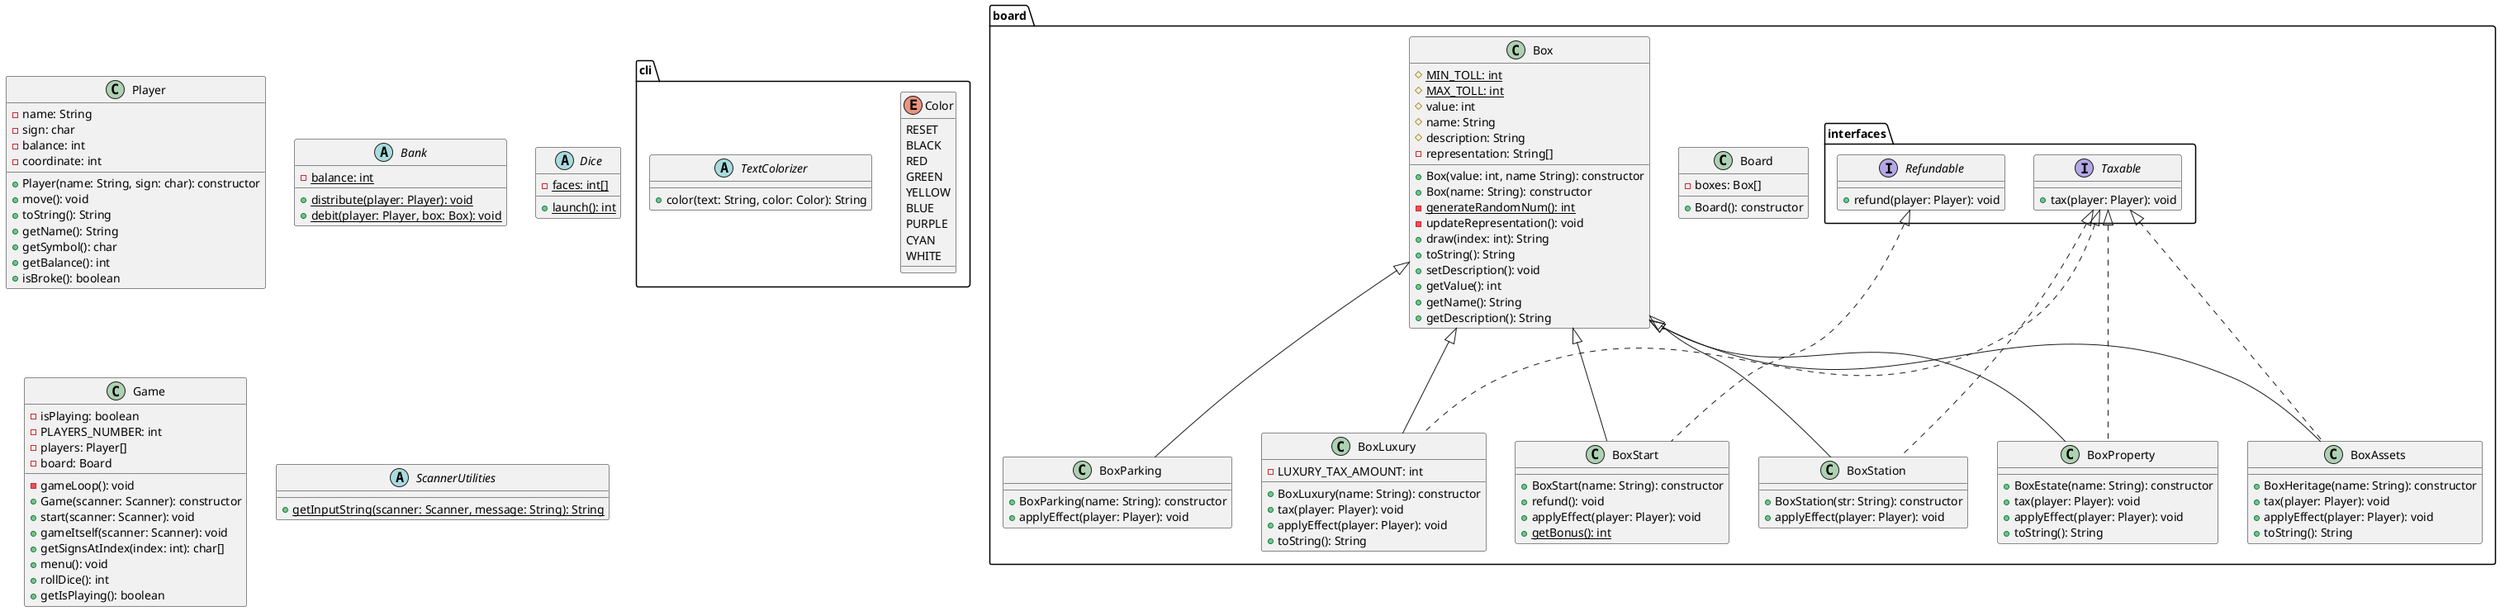
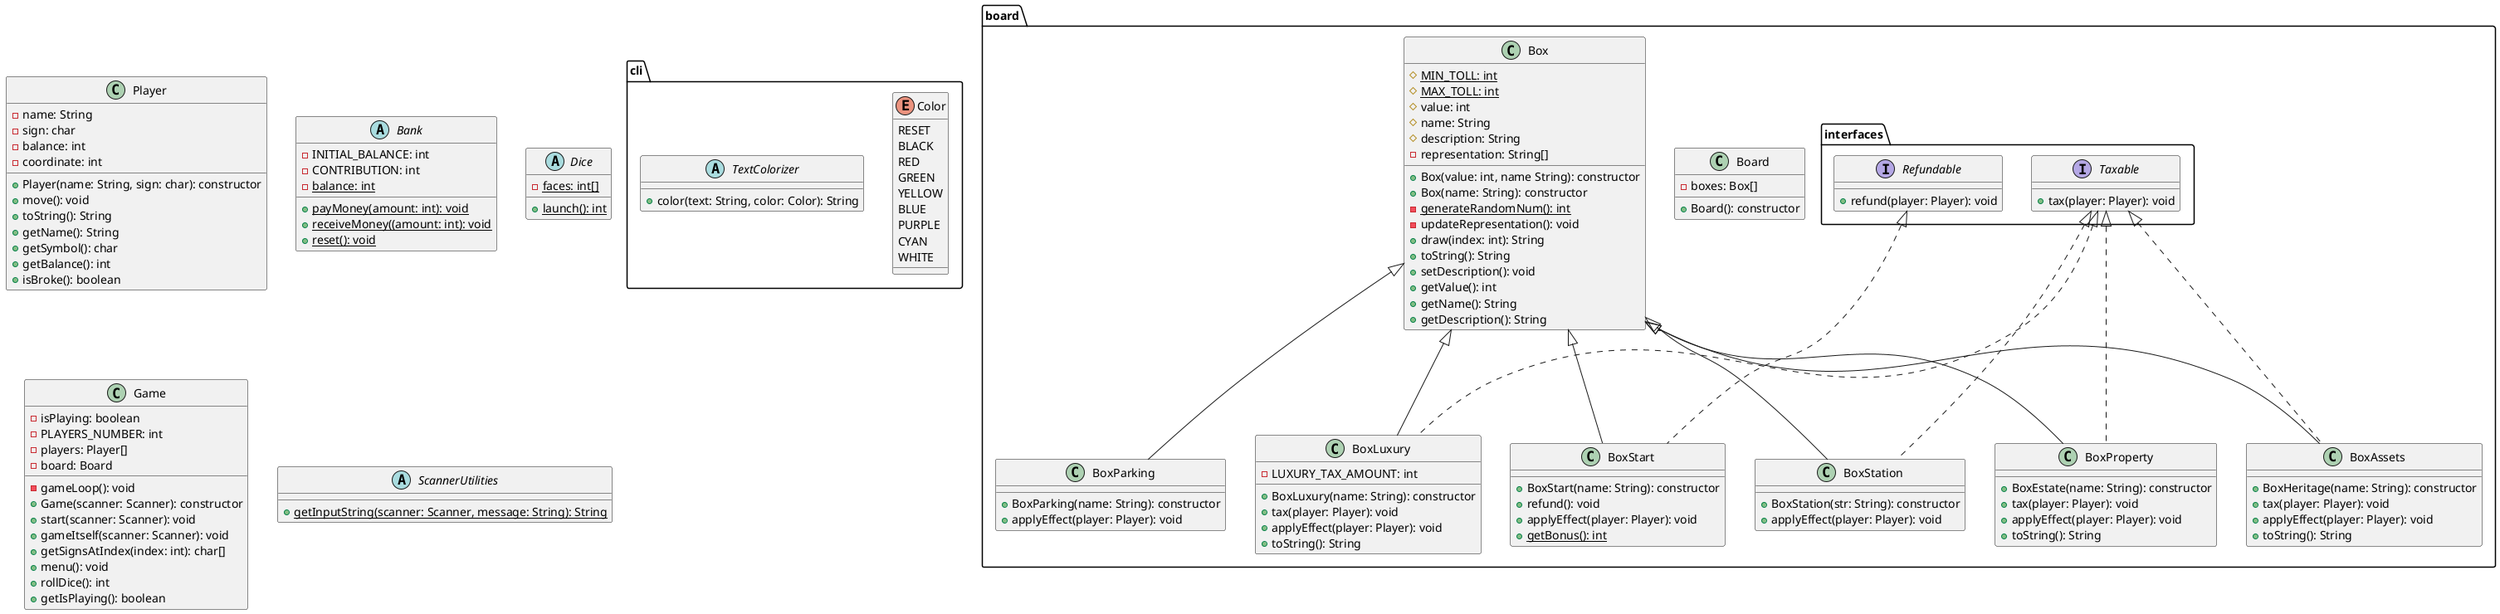
@startuml

class Player {
  - name: String
  - sign: char
  - balance: int
  - coordinate: int
  + Player(name: String, sign: char): constructor
  + move(): void
  + toString(): String
  + getName(): String
  + getSymbol(): char
  + getBalance(): int
  + isBroke(): boolean
}

package cli {
    enum Color {
        RESET
        BLACK
        RED
        GREEN
        YELLOW
        BLUE
        PURPLE
        CYAN
        WHITE
    }

    abstract class TextColorizer {
        + color(text: String, color: Color): String
    }
}

abstract class Bank {
+   - INITIAL_BALANCE: int
+   - CONTRIBUTION: int
  - {static} balance: int
-   + {static} distribute(player: Player): void
-   + {static} debit(player: Player, box: Box): void
+   + {static} payMoney(amount: int): void
+   + {static} receiveMoney((amount: int): void
+   + {static} reset(): void
}

abstract class Dice {
  - {static} faces: int[]
  + {static} launch(): int
}

class Game {
  - isPlaying: boolean
  - PLAYERS_NUMBER: int
  - players: Player[]
  - board: Board
  - gameLoop(): void
  + Game(scanner: Scanner): constructor
  + start(scanner: Scanner): void
  + gameItself(scanner: Scanner): void
  + getSignsAtIndex(index: int): char[]
  + menu(): void
  + rollDice(): int
  + getIsPlaying(): boolean
}

package board{
    package interfaces {
        interface Taxable {
          + tax(player: Player): void
        }

        interface Refundable {
          + refund(player: Player): void
        }
    }

    class Board {
      - boxes: Box[]
      + Board(): constructor
    }

    class Box {
      # {static} MIN_TOLL: int
      # {static} MAX_TOLL: int
      # value: int
      # name: String
      # description: String
      - representation: String[]
      + Box(value: int, name String): constructor
      + Box(name: String): constructor
      - {static} generateRandomNum(): int
      - updateRepresentation(): void
      + draw(index: int): String
      + toString(): String
      + setDescription(): void
      + getValue(): int
      + getName(): String
      + getDescription(): String
    }

    class BoxProperty {
      + BoxEstate(name: String): constructor
      + tax(player: Player): void
      + applyEffect(player: Player): void
      + toString(): String
    }

    class BoxAssets {
      + BoxHeritage(name: String): constructor
      + tax(player: Player): void
      + applyEffect(player: Player): void
      + toString(): String
    }

    class BoxLuxury {
      - LUXURY_TAX_AMOUNT: int
      + BoxLuxury(name: String): constructor
      + tax(player: Player): void
      + applyEffect(player: Player): void
      + toString(): String
    }

    class BoxParking {
      + BoxParking(name: String): constructor
      + applyEffect(player: Player): void
    }

    class BoxStart {
      + BoxStart(name: String): constructor
      + refund(): void
      + applyEffect(player: Player): void
      + {static} getBonus(): int
    }

    class BoxStation {
      + BoxStation(str: String): constructor
      + applyEffect(player: Player): void
    }
}

Box <|-- BoxProperty
Box <|-- BoxAssets
Box <|-- BoxLuxury
Box <|-- BoxParking
Box <|-- BoxStart
Box <|-- BoxStation

Taxable <|.. BoxLuxury
Taxable <|.. BoxAssets
Taxable <|.. BoxStation
Taxable <|.. BoxProperty

Refundable <|.. BoxStart

abstract class ScannerUtilities {
  + {static} getInputString(scanner: Scanner, message: String): String
}

@enduml